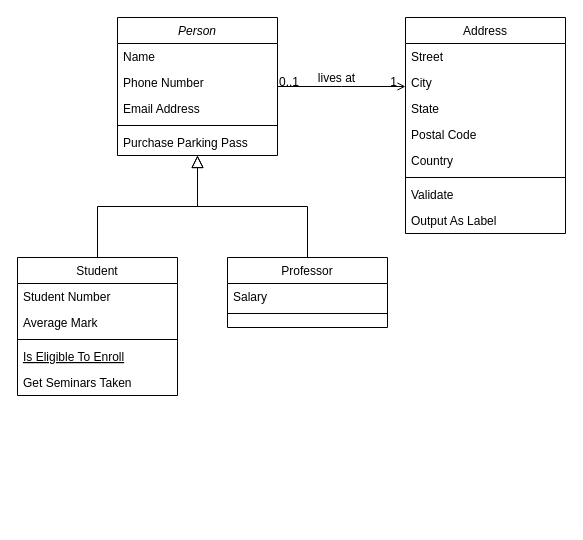
This is Untitled Diagram.drawio from putonsteam/DirectX-Graphics-Samples, a draw.io file, before an edit. Source tidied: cells renumbered, new cells numbered last; positions are measured from the earlier drawing's top-left corner, leaving out a move shared by most shapes. Both pictures are drawn from the tidied source at 100%, with x=0, y=0 at pixel (17, 17).
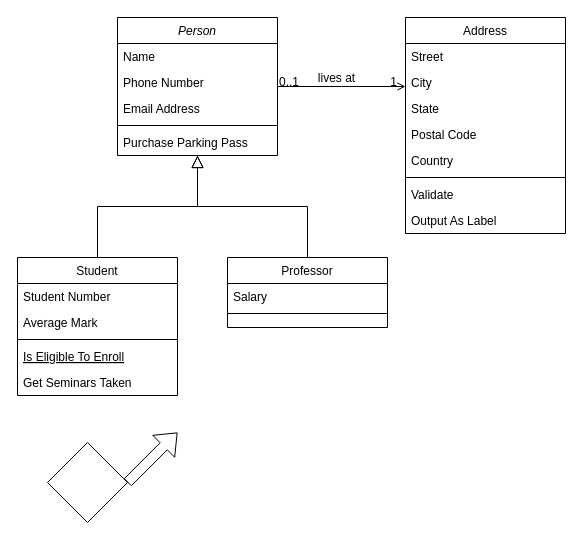
The same page after the edit.

Change to the diagram source:
```diff
@@
+    <mxCell id="32" style="rhombus;whiteSpace=wrap;html=1;" parent="1" vertex="1">
+      <mxGeometry x="30" y="425" width="80" height="80" as="geometry" />
+    </mxCell>
+    <mxCell id="33" style="shape=flexArrow;endArrow=classic;html=1;rounded=0;" parent="1" edge="1">
+      <mxGeometry relative="1" as="geometry">
+        <mxPoint x="110" y="465" as="sourcePoint" />
+        <mxPoint x="160" y="415" as="targetPoint" />
+      </mxGeometry>
+    </mxCell>
```
